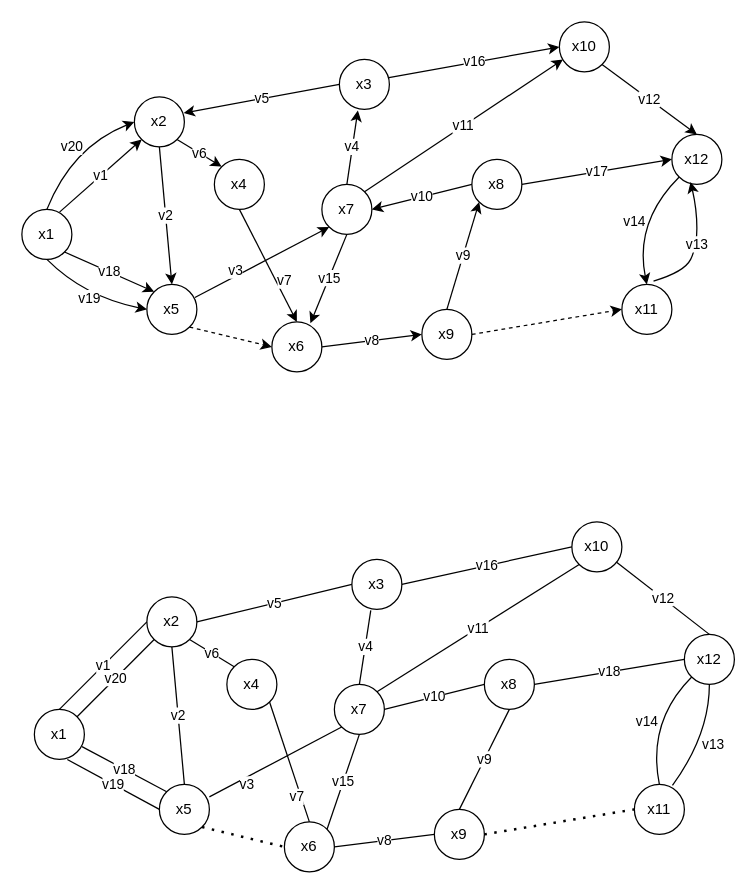
Adamarthis/labs keeps this draw.io diagram as 4лабаліза.drawio. Above is the earlier version. Source tidied: cells renumbered, new cells numbered last; positions are measured from the earlier drawing's top-left corner, leaving out a move shared by most shapes. Both pictures are drawn from the tidied source at 125%, with x=0, y=0 at pixel (21, 21).
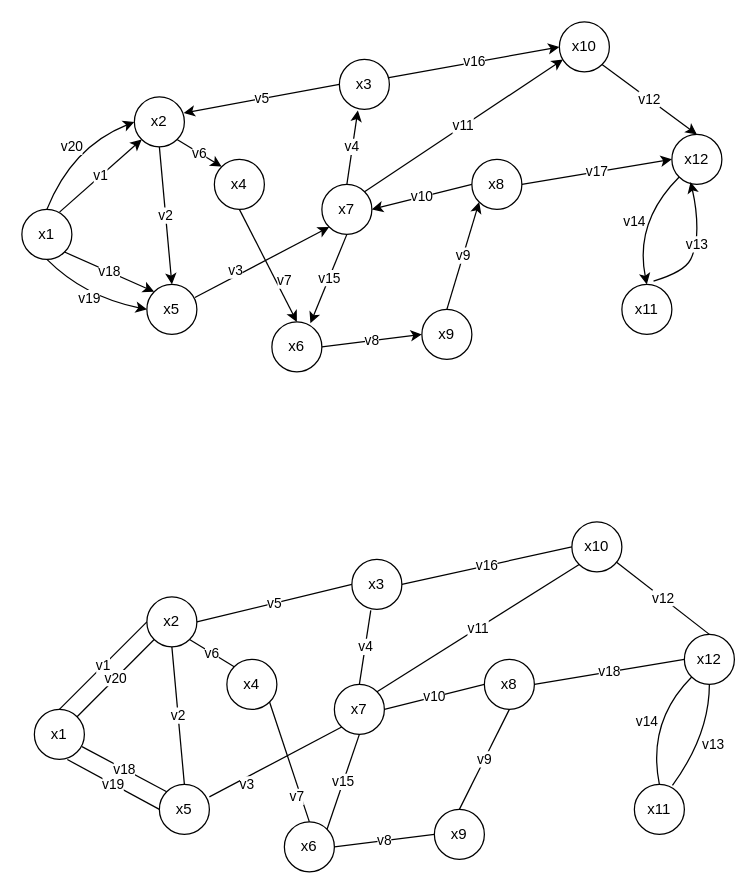
The same diagram, later.

The change refers to these unchanged cells:
```xml
<mxCell id="4" value="x5" style="ellipse;whiteSpace=wrap;html=1;" parent="1" vertex="1">
  <mxGeometry x="100" y="210" width="40" height="40" as="geometry" />
</mxCell>
<mxCell id="5" value="x6" style="ellipse;whiteSpace=wrap;html=1;" parent="1" vertex="1">
  <mxGeometry x="200" y="240" width="40" height="40" as="geometry" />
</mxCell>
<mxCell id="6" value="x9" style="ellipse;whiteSpace=wrap;html=1;" parent="1" vertex="1">
  <mxGeometry x="320" y="230" width="40" height="40" as="geometry" />
</mxCell>
<mxCell id="10" value="x11" style="ellipse;whiteSpace=wrap;html=1;" parent="1" vertex="1">
  <mxGeometry x="480" y="210" width="40" height="40" as="geometry" />
</mxCell>
<mxCell id="36" value="x5" style="ellipse;whiteSpace=wrap;html=1;" parent="1" vertex="1">
  <mxGeometry x="110" y="610" width="40" height="40" as="geometry" />
</mxCell>
<mxCell id="37" value="x6" style="ellipse;whiteSpace=wrap;html=1;" parent="1" vertex="1">
  <mxGeometry x="210" y="640" width="40" height="40" as="geometry" />
</mxCell>
<mxCell id="38" value="x9" style="ellipse;whiteSpace=wrap;html=1;" parent="1" vertex="1">
  <mxGeometry x="330" y="630" width="40" height="40" as="geometry" />
</mxCell>
<mxCell id="42" value="x11" style="ellipse;whiteSpace=wrap;html=1;" parent="1" vertex="1">
  <mxGeometry x="490" y="610" width="40" height="40" as="geometry" />
</mxCell>
```

The edit, as a diff of the source:
```diff
@@
-    <mxCell id="66" style="endArrow=none;dashed=1;html=1;dashPattern=1 3;strokeWidth=2;rounded=0;exitX=1;exitY=1;exitDx=0;exitDy=0;entryX=0;entryY=0.5;entryDx=0;entryDy=0;" parent="1" edge="1" source="36" target="37">
-      <mxGeometry relative="1" as="geometry" />
-    </mxCell>
-    <mxCell id="67" style="endArrow=none;dashed=1;html=1;dashPattern=1 3;strokeWidth=2;rounded=0;exitX=1;exitY=0.5;exitDx=0;exitDy=0;entryX=0;entryY=0.5;entryDx=0;entryDy=0;" parent="1" edge="1" source="38" target="42">
-      <mxGeometry relative="1" as="geometry" />
-    </mxCell>
-    <mxCell id="68" style="endArrow=classic;html=1;rounded=0;entryX=0;entryY=0.5;entryDx=0;entryDy=0;exitX=1;exitY=0.5;exitDx=0;exitDy=0;dashed=1;" parent="1" edge="1" source="6" target="10">
-      <mxGeometry relative="1" as="geometry" />
-    </mxCell>
-    <mxCell id="69" style="endArrow=classic;html=1;rounded=0;entryX=0;entryY=0.5;entryDx=0;entryDy=0;exitX=1;exitY=1;exitDx=0;exitDy=0;dashed=1;" parent="1" edge="1" source="4" target="5">
-      <mxGeometry relative="1" as="geometry" />
-    </mxCell>
```
